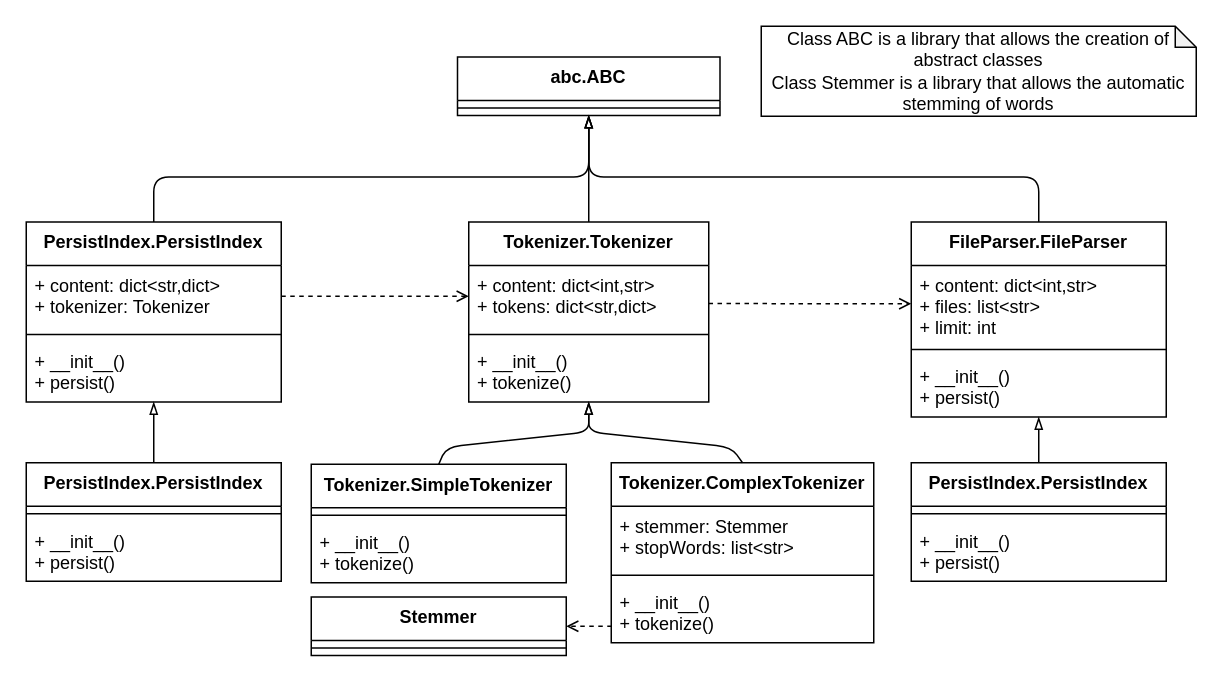
joao-alegria/RI keeps this draw.io diagram as proj1/Diagrams/ClassDiagram.drawio. Above is the earlier version. Source tidied: cells renumbered, new cells numbered last; positions are measured from the earlier drawing's top-left corner, leaving out a move shared by most shapes. Both pictures are drawn from the tidied source at 150%, with x=0, y=0 at pixel (26, 26).
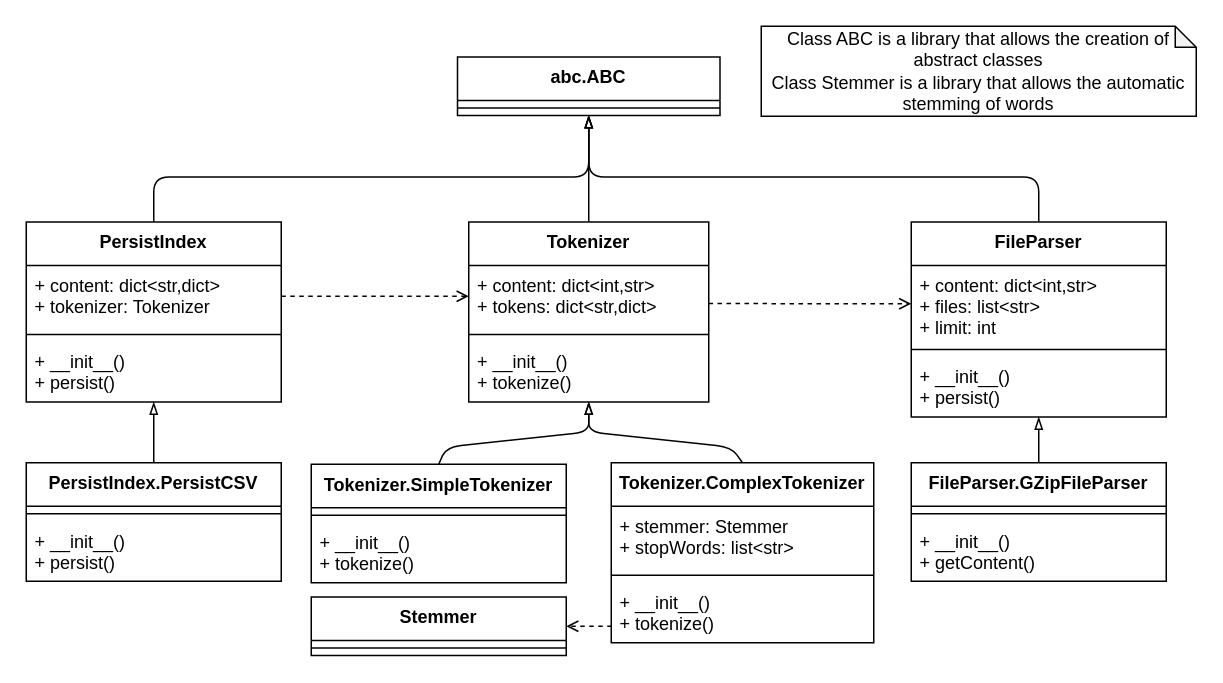
Above is the later version.

The edit, as a diff of the source:
```diff
@@
-    <mxCell id="2" value="Tokenizer.Tokenizer" style="swimlane;fontStyle=1;align=center;verticalAlign=top;horizontal=1;startSize=29;" parent="1" vertex="1">
+    <mxCell id="2" value="Tokenizer" style="swimlane;fontStyle=1;align=center;verticalAlign=top;horizontal=1;startSize=29;" parent="1" vertex="1">
       <mxGeometry x="295" y="130.5" width="160" height="120" as="geometry" />
     </mxCell>
@@
-    <mxCell id="21" value="PersistIndex.PersistIndex" style="swimlane;fontStyle=1;align=center;verticalAlign=top;horizontal=1;startSize=29;" parent="1" vertex="1">
+    <mxCell id="21" value="PersistIndex" style="swimlane;fontStyle=1;align=center;verticalAlign=top;horizontal=1;startSize=29;" parent="1" vertex="1">
       <mxGeometry y="130.5" width="170" height="120" as="geometry" />
     </mxCell>
@@
-    <mxCell id="25" value="PersistIndex.PersistIndex" style="swimlane;fontStyle=1;align=center;verticalAlign=top;horizontal=1;startSize=29;" parent="1" vertex="1">
+    <mxCell id="25" value="PersistIndex.PersistCSV" style="swimlane;fontStyle=1;align=center;verticalAlign=top;horizontal=1;startSize=29;" parent="1" vertex="1">
       <mxGeometry y="291" width="170" height="79" as="geometry" />
     </mxCell>
@@
-    <mxCell id="31" value="FileParser.FileParser" style="swimlane;fontStyle=1;align=center;verticalAlign=top;horizontal=1;startSize=29;" parent="1" vertex="1">
+    <mxCell id="31" value="FileParser" style="swimlane;fontStyle=1;align=center;verticalAlign=top;horizontal=1;startSize=29;" parent="1" vertex="1">
       <mxGeometry x="590" y="130.5" width="170" height="130" as="geometry" />
     </mxCell>
@@
-    <mxCell id="35" value="PersistIndex.PersistIndex" style="swimlane;fontStyle=1;align=center;verticalAlign=top;horizontal=1;startSize=29;" parent="1" vertex="1">
+    <mxCell id="35" value="FileParser.GZipFileParser" style="swimlane;fontStyle=1;align=center;verticalAlign=top;horizontal=1;startSize=29;" parent="1" vertex="1">
       <mxGeometry x="590" y="291" width="170" height="79" as="geometry" />
     </mxCell>
@@
-    <mxCell id="37" value="+ __init__()&#10;+ persist()&#10;" style="text;strokeColor=none;fillColor=none;align=left;verticalAlign=top;spacingLeft=4;spacingRight=4;overflow=hidden;" parent="35" vertex="1">
+    <mxCell id="37" value="+ __init__()&#10;+ getContent()&#10;" style="text;strokeColor=none;fillColor=none;align=left;verticalAlign=top;spacingLeft=4;spacingRight=4;overflow=hidden;" parent="35" vertex="1">
       <mxGeometry y="39" width="170" height="40" as="geometry" />
     </mxCell>
```
